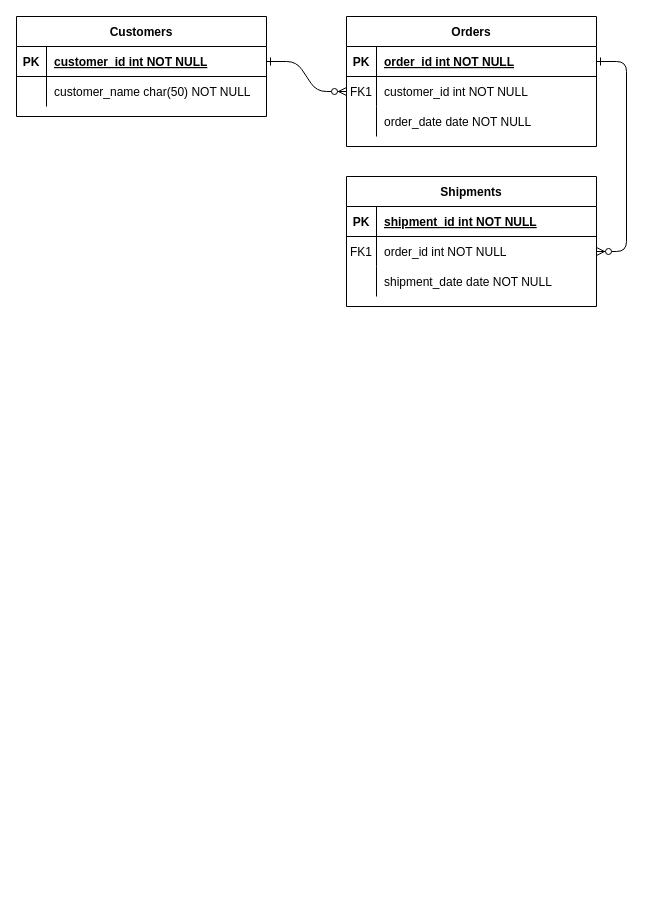
Above: CommunicationKeshav.drawio in KESHAVSHARMA40/KESHAVGITHUB (draw.io), before the change. Source tidied: cells renumbered, new cells numbered last; positions are measured from the earlier drawing's top-left corner, leaving out a move shared by most shapes. Both pictures are drawn from the tidied source at 100%, with x=0, y=0 at pixel (16, 16).
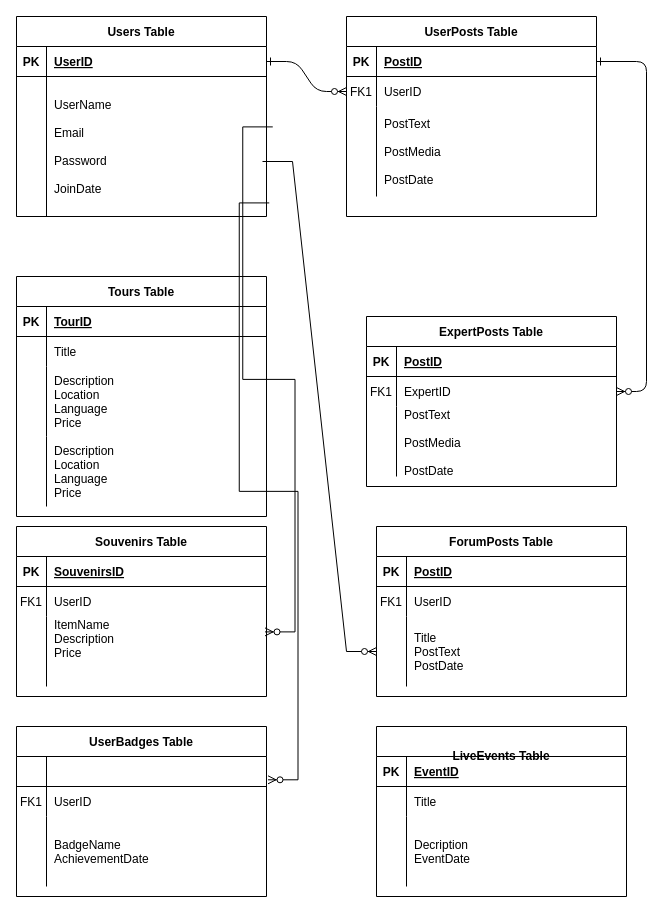
The same diagram, later.

The change refers to these unchanged cells:
```xml
<mxCell id="5" style="shape=partialRectangle;fillColor=none;points=[[0,0.5],[1,0.5]];portConstraint=eastwest;top=0;left=0;right=0;bottom=1;" parent="4" vertex="1">
  <mxGeometry y="30" width="250" height="30" as="geometry" />
</mxCell>
<mxCell id="8" style="shape=partialRectangle;fillColor=none;points=[[0,0.5],[1,0.5]];portConstraint=eastwest;top=0;left=0;right=0;bottom=0;" parent="4" vertex="1">
  <mxGeometry y="60" width="250" height="30" as="geometry" />
</mxCell>
<mxCell id="15" style="shape=partialRectangle;fillColor=none;top=0;left=0;right=0;bottom=1;" parent="14" vertex="1">
  <mxGeometry y="30" width="250" height="30" as="geometry" />
</mxCell>
<mxCell id="18" style="shape=partialRectangle;fillColor=none;points=[[0,0.5],[1,0.5]];portConstraint=eastwest;top=0;left=0;right=0;bottom=0;" parent="14" vertex="1">
  <mxGeometry y="60" width="250" height="30" as="geometry" />
</mxCell>
<mxCell id="25" style="shape=partialRectangle;fillColor=none;points=[[0,0.5],[1,0.5]];portConstraint=eastwest;top=0;left=0;right=0;bottom=1;" parent="24" vertex="1">
  <mxGeometry y="30" width="250" height="30" as="geometry" />
</mxCell>
```

The edit, as a diff of the source:
```diff
@@
-    <mxCell id="4" value="Orders" style="shape=table;startSize=30;childLayout=tableLayout;rowLines=0;fontStyle=1;align=center;" parent="1" vertex="1">
-      <mxGeometry x="330" width="250" height="130" as="geometry" />
+    <mxCell id="4" value="UserPosts Table" style="shape=table;startSize=30;childLayout=tableLayout;rowLines=0;fontStyle=1;align=center;" parent="1" vertex="1">
+      <mxGeometry x="330" width="250" height="200" as="geometry" />
     </mxCell>
@@
-    <mxCell id="7" value="order_id int NOT NULL " style="shape=partialRectangle;overflow=hidden;fillColor=none;top=0;left=0;bottom=0;right=0;align=left;spacingLeft=6;fontStyle=5;" parent="5" vertex="1">
+    <mxCell id="7" value="PostID" style="shape=partialRectangle;overflow=hidden;fillColor=none;top=0;left=0;bottom=0;right=0;align=left;spacingLeft=6;fontStyle=5;" parent="5" vertex="1">
       <mxGeometry x="30" width="220" height="30" as="geometry" />
     </mxCell>
@@
-    <mxCell id="10" value="customer_id int NOT NULL" style="shape=partialRectangle;overflow=hidden;fillColor=none;top=0;left=0;bottom=0;right=0;align=left;spacingLeft=6;" parent="8" vertex="1">
+    <mxCell id="10" value="UserID" style="shape=partialRectangle;overflow=hidden;fillColor=none;top=0;left=0;bottom=0;right=0;align=left;spacingLeft=6;" parent="8" vertex="1">
       <mxGeometry x="30" width="220" height="30" as="geometry" />
     </mxCell>
     <mxCell id="11" style="shape=partialRectangle;fillColor=none;top=0;left=0;right=0;bottom=0;" parent="4" vertex="1">
-      <mxGeometry y="90" width="250" height="30" as="geometry" />
+      <mxGeometry y="90" width="250" height="90" as="geometry" />
     </mxCell>
     <mxCell id="12" style="shape=partialRectangle;overflow=hidden;fillColor=none;top=0;left=0;bottom=0;right=0;" parent="11" vertex="1">
-      <mxGeometry width="30" height="30" as="geometry" />
+      <mxGeometry width="30" height="90" as="geometry" />
     </mxCell>
-    <mxCell id="13" value="order_date date NOT NULL" style="shape=partialRectangle;overflow=hidden;fillColor=none;top=0;left=0;bottom=0;right=0;align=left;spacingLeft=6;" parent="11" vertex="1">
-      <mxGeometry x="30" width="220" height="30" as="geometry" />
+    <mxCell id="13" value="PostText&#10;&#10;PostMedia&#10;&#10;PostDate" style="shape=partialRectangle;overflow=hidden;fillColor=none;top=0;left=0;bottom=0;right=0;align=left;spacingLeft=6;" parent="11" vertex="1">
+      <mxGeometry x="30" width="220" height="90" as="geometry" />
     </mxCell>
-    <mxCell id="14" value="Shipments" style="shape=table;startSize=30;childLayout=tableLayout;rowLines=0;fontStyle=1;align=center;" parent="1" vertex="1">
-      <mxGeometry x="330" y="160" width="250" height="130" as="geometry" />
+    <mxCell id="14" value="ExpertPosts Table" style="shape=table;startSize=30;childLayout=tableLayout;rowLines=0;fontStyle=1;align=center;" parent="1" vertex="1">
+      <mxGeometry x="350" y="300" width="250" height="170" as="geometry" />
     </mxCell>
@@
-    <mxCell id="17" value="shipment_id int NOT NULL " style="shape=partialRectangle;overflow=hidden;fillColor=none;top=0;left=0;bottom=0;right=0;align=left;spacingLeft=6;fontStyle=5;" parent="15" vertex="1">
+    <mxCell id="17" value="PostID" style="shape=partialRectangle;overflow=hidden;fillColor=none;top=0;left=0;bottom=0;right=0;align=left;spacingLeft=6;fontStyle=5;" parent="15" vertex="1">
       <mxGeometry x="30" width="220" height="30" as="geometry" />
     </mxCell>
@@
-    <mxCell id="20" value="order_id int NOT NULL" style="shape=partialRectangle;overflow=hidden;fillColor=none;top=0;left=0;bottom=0;right=0;align=left;spacingLeft=6;" parent="18" vertex="1">
+    <mxCell id="20" value="ExpertID" style="shape=partialRectangle;overflow=hidden;fillColor=none;top=0;left=0;bottom=0;right=0;align=left;spacingLeft=6;" parent="18" vertex="1">
       <mxGeometry x="30" width="220" height="30" as="geometry" />
     </mxCell>
     <mxCell id="21" style="shape=partialRectangle;fillColor=none;top=0;left=0;right=0;bottom=0;" parent="14" vertex="1">
-      <mxGeometry y="90" width="250" height="30" as="geometry" />
+      <mxGeometry y="90" width="250" height="70" as="geometry" />
     </mxCell>
     <mxCell id="22" style="shape=partialRectangle;overflow=hidden;fillColor=none;top=0;left=0;bottom=0;right=0;" parent="21" vertex="1">
-      <mxGeometry width="30" height="30" as="geometry" />
+      <mxGeometry width="30" height="70" as="geometry" />
     </mxCell>
-    <mxCell id="23" value="shipment_date date NOT NULL" style="shape=partialRectangle;overflow=hidden;fillColor=none;top=0;left=0;bottom=0;right=0;align=left;spacingLeft=6;" parent="21" vertex="1">
-      <mxGeometry x="30" width="220" height="30" as="geometry" />
+    <mxCell id="23" value="PostText&#10;&#10;PostMedia&#10;&#10;PostDate" style="shape=partialRectangle;overflow=hidden;fillColor=none;top=0;left=0;bottom=0;right=0;align=left;spacingLeft=6;" parent="21" vertex="1">
+      <mxGeometry x="30" width="220" height="70" as="geometry" />
     </mxCell>
-    <mxCell id="24" value="Customers" style="shape=table;startSize=30;childLayout=tableLayout;rowLines=0;fontStyle=1;align=center;" parent="1" vertex="1">
-      <mxGeometry width="250" height="100" as="geometry" />
+    <mxCell id="24" value="Users Table" style="shape=table;startSize=30;childLayout=tableLayout;rowLines=0;fontStyle=1;align=center;" parent="1" vertex="1">
+      <mxGeometry width="250" height="200" as="geometry" />
     </mxCell>
@@
-    <mxCell id="27" value="customer_id int NOT NULL " style="shape=partialRectangle;overflow=hidden;fillColor=none;top=0;left=0;bottom=0;right=0;align=left;spacingLeft=6;fontStyle=5;" parent="25" vertex="1">
+    <mxCell id="27" value="UserID" style="shape=partialRectangle;overflow=hidden;fillColor=none;top=0;left=0;bottom=0;right=0;align=left;spacingLeft=6;fontStyle=5;" parent="25" vertex="1">
       <mxGeometry x="30" width="220" height="30" as="geometry" />
     </mxCell>
     <mxCell id="28" style="shape=partialRectangle;fillColor=none;points=[[0,0.5],[1,0.5]];portConstraint=eastwest;top=0;left=0;right=0;bottom=0;" parent="24" vertex="1">
-      <mxGeometry y="60" width="250" height="30" as="geometry" />
+      <mxGeometry y="60" width="250" height="140" as="geometry" />
     </mxCell>
     <mxCell id="29" style="shape=partialRectangle;overflow=hidden;fillColor=none;top=0;left=0;bottom=0;right=0;" parent="28" vertex="1">
-      <mxGeometry width="30" height="30" as="geometry" />
+      <mxGeometry width="30" height="140" as="geometry" />
     </mxCell>
-    <mxCell id="30" value="customer_name char(50) NOT NULL" style="shape=partialRectangle;overflow=hidden;fillColor=none;top=0;left=0;bottom=0;right=0;align=left;spacingLeft=6;" parent="28" vertex="1">
-      <mxGeometry x="30" width="220" height="30" as="geometry" />
+    <mxCell id="30" value="UserName&#10;&#10;Email&#10;&#10;Password&#10;&#10;JoinDate" style="shape=partialRectangle;overflow=hidden;fillColor=none;top=0;left=0;bottom=0;right=0;align=left;spacingLeft=6;" parent="28" vertex="1">
+      <mxGeometry x="30" width="220" height="140" as="geometry" />
     </mxCell>
+    <mxCell id="31" value="Tours Table" style="shape=table;startSize=30;childLayout=tableLayout;rowLines=0;fontStyle=1;align=center;" parent="1" vertex="1">
+      <mxGeometry y="260" width="250" height="240" as="geometry" />
+    </mxCell>
+    <mxCell id="32" style="shape=partialRectangle;fillColor=none;top=0;left=0;right=0;bottom=1;" parent="31" vertex="1">
+      <mxGeometry y="30" width="250" height="30" as="geometry" />
+    </mxCell>
+    <mxCell id="33" value="PK" style="shape=partialRectangle;overflow=hidden;fillColor=none;top=0;left=0;bottom=0;right=0;fontStyle=1;" parent="32" vertex="1">
+      <mxGeometry width="30" height="30" as="geometry" />
+    </mxCell>
+    <mxCell id="34" value="TourID" style="shape=partialRectangle;overflow=hidden;fillColor=none;top=0;left=0;bottom=0;right=0;align=left;spacingLeft=6;fontStyle=5;" parent="32" vertex="1">
+      <mxGeometry x="30" width="220" height="30" as="geometry" />
+    </mxCell>
+    <mxCell id="35" style="shape=partialRectangle;fillColor=none;top=0;left=0;right=0;bottom=0;" parent="31" vertex="1">
+      <mxGeometry y="60" width="250" height="30" as="geometry" />
+    </mxCell>
+    <mxCell id="36" style="shape=partialRectangle;overflow=hidden;fillColor=none;top=0;left=0;bottom=0;right=0;" parent="35" vertex="1">
+      <mxGeometry width="30" height="30" as="geometry" />
+    </mxCell>
+    <mxCell id="37" value="Title" style="shape=partialRectangle;overflow=hidden;fillColor=none;top=0;left=0;bottom=0;right=0;align=left;spacingLeft=6;" parent="35" vertex="1">
+      <mxGeometry x="30" width="220" height="30" as="geometry" />
+    </mxCell>
+    <mxCell id="38" style="shape=partialRectangle;fillColor=none;top=0;left=0;right=0;bottom=0;" parent="31" vertex="1">
+      <mxGeometry y="90" width="250" height="70" as="geometry" />
+    </mxCell>
+    <mxCell id="39" style="shape=partialRectangle;overflow=hidden;fillColor=none;top=0;left=0;bottom=0;right=0;" parent="38" vertex="1">
+      <mxGeometry width="30" height="70" as="geometry" />
+    </mxCell>
+    <mxCell id="40" value="Description &#10;Location&#10;Language&#10;Price" style="shape=partialRectangle;overflow=hidden;fillColor=none;top=0;left=0;bottom=0;right=0;align=left;spacingLeft=6;" parent="38" vertex="1">
+      <mxGeometry x="30" width="220" height="70" as="geometry" />
+    </mxCell>
+    <mxCell id="41" style="shape=partialRectangle;fillColor=none;top=0;left=0;right=0;bottom=0;" parent="31" vertex="1">
+      <mxGeometry y="160" width="250" height="70" as="geometry" />
+    </mxCell>
+    <mxCell id="42" style="shape=partialRectangle;overflow=hidden;fillColor=none;top=0;left=0;bottom=0;right=0;" parent="41" vertex="1">
+      <mxGeometry width="30" height="70" as="geometry" />
+    </mxCell>
+    <mxCell id="43" value="Description &#10;Location&#10;Language&#10;Price" style="shape=partialRectangle;overflow=hidden;fillColor=none;top=0;left=0;bottom=0;right=0;align=left;spacingLeft=6;" parent="41" vertex="1">
+      <mxGeometry x="30" width="220" height="70" as="geometry" />
+    </mxCell>
+    <mxCell id="44" value="Souvenirs Table" style="shape=table;startSize=30;childLayout=tableLayout;rowLines=0;fontStyle=1;align=center;" parent="1" vertex="1">
+      <mxGeometry y="510" width="250" height="170" as="geometry" />
+    </mxCell>
+    <mxCell id="45" style="shape=partialRectangle;fillColor=none;top=0;left=0;right=0;bottom=1;" parent="44" vertex="1">
+      <mxGeometry y="30" width="250" height="30" as="geometry" />
+    </mxCell>
+    <mxCell id="46" value="PK" style="shape=partialRectangle;overflow=hidden;fillColor=none;top=0;left=0;bottom=0;right=0;fontStyle=1;" parent="45" vertex="1">
+      <mxGeometry width="30" height="30" as="geometry" />
+    </mxCell>
+    <mxCell id="47" value="SouvenirsID" style="shape=partialRectangle;overflow=hidden;fillColor=none;top=0;left=0;bottom=0;right=0;align=left;spacingLeft=6;fontStyle=5;" parent="45" vertex="1">
+      <mxGeometry x="30" width="220" height="30" as="geometry" />
+    </mxCell>
+    <mxCell id="48" style="shape=partialRectangle;fillColor=none;top=0;left=0;right=0;bottom=0;" parent="44" vertex="1">
+      <mxGeometry y="60" width="250" height="30" as="geometry" />
+    </mxCell>
+    <mxCell id="49" value="FK1" style="shape=partialRectangle;overflow=hidden;fillColor=none;top=0;left=0;bottom=0;right=0;" parent="48" vertex="1">
+      <mxGeometry width="30" height="30" as="geometry" />
+    </mxCell>
+    <mxCell id="50" value="UserID" style="shape=partialRectangle;overflow=hidden;fillColor=none;top=0;left=0;bottom=0;right=0;align=left;spacingLeft=6;" parent="48" vertex="1">
+      <mxGeometry x="30" width="220" height="30" as="geometry" />
+    </mxCell>
+    <mxCell id="51" style="shape=partialRectangle;fillColor=none;points=[[0,0.5],[1,0.5]];portConstraint=eastwest;top=0;left=0;right=0;bottom=0;" parent="44" vertex="1">
+      <mxGeometry y="90" width="250" height="70" as="geometry" />
+    </mxCell>
+    <mxCell id="52" style="shape=partialRectangle;overflow=hidden;fillColor=none;top=0;left=0;bottom=0;right=0;" parent="51" vertex="1">
+      <mxGeometry width="30" height="70" as="geometry" />
+    </mxCell>
+    <mxCell id="53" value="ItemName&#10;Description &#10;Price&#10;&#10;" style="shape=partialRectangle;overflow=hidden;fillColor=none;top=0;left=0;bottom=0;right=0;align=left;spacingLeft=6;" parent="51" vertex="1">
+      <mxGeometry x="30" width="220" height="70" as="geometry" />
+    </mxCell>
+    <mxCell id="54" value="ForumPosts Table" style="shape=table;startSize=30;childLayout=tableLayout;rowLines=0;fontStyle=1;align=center;" parent="1" vertex="1">
+      <mxGeometry x="360" y="510" width="250" height="170" as="geometry" />
+    </mxCell>
+    <mxCell id="55" style="shape=partialRectangle;fillColor=none;top=0;left=0;right=0;bottom=1;" parent="54" vertex="1">
+      <mxGeometry y="30" width="250" height="30" as="geometry" />
+    </mxCell>
+    <mxCell id="56" value="PK" style="shape=partialRectangle;overflow=hidden;fillColor=none;top=0;left=0;bottom=0;right=0;fontStyle=1;" parent="55" vertex="1">
+      <mxGeometry width="30" height="30" as="geometry" />
+    </mxCell>
+    <mxCell id="57" value="PostID" style="shape=partialRectangle;overflow=hidden;fillColor=none;top=0;left=0;bottom=0;right=0;align=left;spacingLeft=6;fontStyle=5;" parent="55" vertex="1">
+      <mxGeometry x="30" width="220" height="30" as="geometry" />
+    </mxCell>
+    <mxCell id="58" style="shape=partialRectangle;fillColor=none;top=0;left=0;right=0;bottom=0;" parent="54" vertex="1">
+      <mxGeometry y="60" width="250" height="30" as="geometry" />
+    </mxCell>
+    <mxCell id="59" value="FK1" style="shape=partialRectangle;overflow=hidden;fillColor=none;top=0;left=0;bottom=0;right=0;" parent="58" vertex="1">
+      <mxGeometry width="30" height="30" as="geometry" />
+    </mxCell>
+    <mxCell id="60" value="UserID" style="shape=partialRectangle;overflow=hidden;fillColor=none;top=0;left=0;bottom=0;right=0;align=left;spacingLeft=6;" parent="58" vertex="1">
+      <mxGeometry x="30" width="220" height="30" as="geometry" />
+    </mxCell>
+    <mxCell id="61" style="shape=partialRectangle;fillColor=none;points=[[0,0.5],[1,0.5]];portConstraint=eastwest;top=0;left=0;right=0;bottom=0;" parent="54" vertex="1">
+      <mxGeometry y="90" width="250" height="70" as="geometry" />
+    </mxCell>
+    <mxCell id="62" style="shape=partialRectangle;overflow=hidden;fillColor=none;top=0;left=0;bottom=0;right=0;" parent="61" vertex="1">
+      <mxGeometry width="30" height="70" as="geometry" />
+    </mxCell>
+    <mxCell id="63" value="Title&#10;PostText&#10;PostDate" style="shape=partialRectangle;overflow=hidden;fillColor=none;top=0;left=0;bottom=0;right=0;align=left;spacingLeft=6;" parent="61" vertex="1">
+      <mxGeometry x="30" width="220" height="70" as="geometry" />
+    </mxCell>
+    <mxCell id="64" value="&#10;&#10;&#10;&#10; &#10;  &#10;  UserBadges Table&#10;&#10;  &#10; &#10;&#10;&#10;" style="shape=table;startSize=30;childLayout=tableLayout;rowLines=0;fontStyle=1;align=center;" parent="1" vertex="1">
+      <mxGeometry y="710" width="250" height="170" as="geometry" />
+    </mxCell>
+    <mxCell id="65" style="shape=partialRectangle;fillColor=none;points=[[0,0.5],[1,0.5]];portConstraint=eastwest;top=0;left=0;right=0;bottom=1;" parent="64" vertex="1">
+      <mxGeometry y="30" width="250" height="30" as="geometry" />
+    </mxCell>
+    <mxCell id="66" style="shape=partialRectangle;overflow=hidden;fillColor=none;top=0;left=0;bottom=0;right=0;fontStyle=1;" parent="65" vertex="1">
+      <mxGeometry width="30" height="30" as="geometry" />
+    </mxCell>
+    <mxCell id="67" style="shape=partialRectangle;overflow=hidden;fillColor=none;top=0;left=0;bottom=0;right=0;align=left;spacingLeft=6;fontStyle=5;" parent="65" vertex="1">
+      <mxGeometry x="30" width="220" height="30" as="geometry" />
+    </mxCell>
+    <mxCell id="68" style="shape=partialRectangle;fillColor=none;top=0;left=0;right=0;bottom=0;" parent="64" vertex="1">
+      <mxGeometry y="60" width="250" height="30" as="geometry" />
+    </mxCell>
+    <mxCell id="69" value="FK1" style="shape=partialRectangle;overflow=hidden;fillColor=none;top=0;left=0;bottom=0;right=0;" parent="68" vertex="1">
+      <mxGeometry width="30" height="30" as="geometry" />
+    </mxCell>
+    <mxCell id="70" value="UserID" style="shape=partialRectangle;overflow=hidden;fillColor=none;top=0;left=0;bottom=0;right=0;align=left;spacingLeft=6;" parent="68" vertex="1">
+      <mxGeometry x="30" width="220" height="30" as="geometry" />
+    </mxCell>
+    <mxCell id="71" style="shape=partialRectangle;fillColor=none;top=0;left=0;right=0;bottom=0;" parent="64" vertex="1">
+      <mxGeometry y="90" width="250" height="70" as="geometry" />
+    </mxCell>
+    <mxCell id="72" style="shape=partialRectangle;overflow=hidden;fillColor=none;top=0;left=0;bottom=0;right=0;" parent="71" vertex="1">
+      <mxGeometry width="30" height="70" as="geometry" />
+    </mxCell>
+    <mxCell id="73" value="BadgeName&#10;AchievementDate" style="shape=partialRectangle;overflow=hidden;fillColor=none;top=0;left=0;bottom=0;right=0;align=left;spacingLeft=6;" parent="71" vertex="1">
+      <mxGeometry x="30" width="220" height="70" as="geometry" />
+    </mxCell>
+    <mxCell id="74" value="&#10;&#10;&#10;&#10; &#10;  &#10;  &#10;LiveEvents Table&#10;  &#10; &#10;&#10;&#10;" style="shape=table;startSize=30;childLayout=tableLayout;rowLines=0;fontStyle=1;align=center;" parent="1" vertex="1">
+      <mxGeometry x="360" y="710" width="250" height="170" as="geometry" />
+    </mxCell>
+    <mxCell id="75" style="shape=partialRectangle;fillColor=none;top=0;left=0;right=0;bottom=1;" parent="74" vertex="1">
+      <mxGeometry y="30" width="250" height="30" as="geometry" />
+    </mxCell>
+    <mxCell id="76" value="PK" style="shape=partialRectangle;overflow=hidden;fillColor=none;top=0;left=0;bottom=0;right=0;fontStyle=1;" parent="75" vertex="1">
+      <mxGeometry width="30" height="30" as="geometry" />
+    </mxCell>
+    <mxCell id="77" value="EventID" style="shape=partialRectangle;overflow=hidden;fillColor=none;top=0;left=0;bottom=0;right=0;align=left;spacingLeft=6;fontStyle=5;" parent="75" vertex="1">
+      <mxGeometry x="30" width="220" height="30" as="geometry" />
+    </mxCell>
+    <mxCell id="78" style="shape=partialRectangle;fillColor=none;top=0;left=0;right=0;bottom=0;" parent="74" vertex="1">
+      <mxGeometry y="60" width="250" height="30" as="geometry" />
+    </mxCell>
+    <mxCell id="79" style="shape=partialRectangle;overflow=hidden;fillColor=none;top=0;left=0;bottom=0;right=0;" parent="78" vertex="1">
+      <mxGeometry width="30" height="30" as="geometry" />
+    </mxCell>
+    <mxCell id="80" value="Title" style="shape=partialRectangle;overflow=hidden;fillColor=none;top=0;left=0;bottom=0;right=0;align=left;spacingLeft=6;" parent="78" vertex="1">
+      <mxGeometry x="30" width="220" height="30" as="geometry" />
+    </mxCell>
+    <mxCell id="81" style="shape=partialRectangle;fillColor=none;top=0;left=0;right=0;bottom=0;" parent="74" vertex="1">
+      <mxGeometry y="90" width="250" height="70" as="geometry" />
+    </mxCell>
+    <mxCell id="82" style="shape=partialRectangle;overflow=hidden;fillColor=none;top=0;left=0;bottom=0;right=0;" parent="81" vertex="1">
+      <mxGeometry width="30" height="70" as="geometry" />
+    </mxCell>
+    <mxCell id="83" value="Decription&#10;EventDate" style="shape=partialRectangle;overflow=hidden;fillColor=none;top=0;left=0;bottom=0;right=0;align=left;spacingLeft=6;" parent="81" vertex="1">
+      <mxGeometry x="30" width="220" height="70" as="geometry" />
+    </mxCell>
+    <mxCell id="84" style="edgeStyle=entityRelationEdgeStyle;fontSize=12;html=1;endArrow=ERzeroToMany;endFill=1;rounded=0;exitX=1.011;exitY=0.903;exitDx=0;exitDy=0;exitPerimeter=0;entryX=1.006;entryY=0.777;entryDx=0;entryDy=0;entryPerimeter=0;" parent="1" edge="1" source="28" target="65">
+      <mxGeometry relative="1" as="geometry">
+        <Array as="points">
+          <mxPoint x="-70" y="250" />
+          <mxPoint x="270" y="340" />
+          <mxPoint x="-70" y="260" />
+        </Array>
+      </mxGeometry>
+    </mxCell>
+    <mxCell id="85" style="edgeStyle=entityRelationEdgeStyle;fontSize=12;html=1;endArrow=ERzeroToMany;endFill=1;rounded=0;exitX=-0.016;exitY=0.288;exitDx=0;exitDy=0;exitPerimeter=0;entryX=0;entryY=0.5;entryDx=0;entryDy=0;" parent="1" edge="1" target="61">
+      <mxGeometry relative="1" as="geometry">
+        <mxPoint x="246" y="145" as="sourcePoint" />
+        <Array as="points">
+          <mxPoint x="240" y="155" />
+          <mxPoint x="240" y="165" />
+        </Array>
+      </mxGeometry>
+    </mxCell>
+    <mxCell id="86" style="edgeStyle=entityRelationEdgeStyle;fontSize=12;html=1;endArrow=ERzeroToMany;endFill=1;rounded=0;exitX=1.025;exitY=0.36;exitDx=0;exitDy=0;exitPerimeter=0;entryX=0.994;entryY=0.22;entryDx=0;entryDy=0;entryPerimeter=0;" parent="1" edge="1" source="28" target="51">
+      <mxGeometry relative="1" as="geometry">
+        <Array as="points">
+          <mxPoint x="-60" y="260" />
+          <mxPoint x="280" y="350" />
+          <mxPoint x="-60" y="270" />
+        </Array>
+      </mxGeometry>
+    </mxCell>
```
